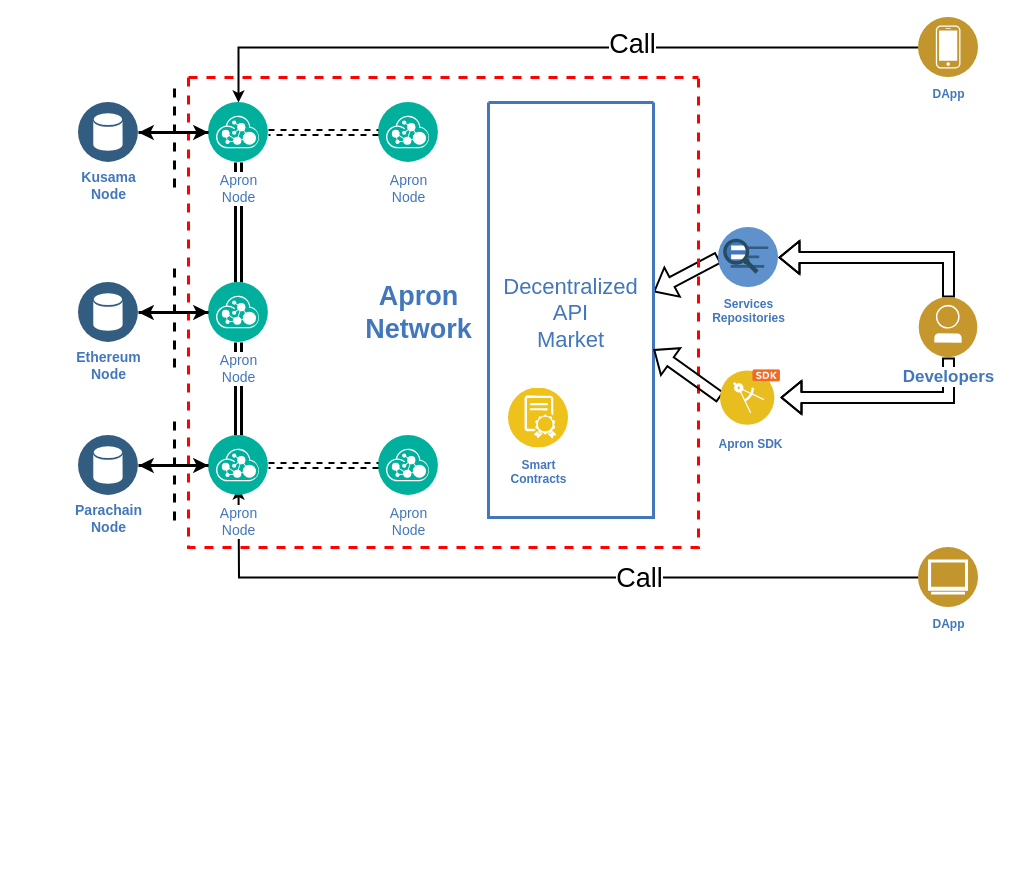
xrdavies/diagrams keeps this draw.io diagram as Apron Node.drawio. Above is the earlier version. Source tidied: cells renumbered, new cells numbered last; positions are measured from the earlier drawing's top-left corner, leaving out a move shared by most shapes. Both pictures are drawn from the tidied source at 100%, with x=0, y=0 at pixel (78, 17).
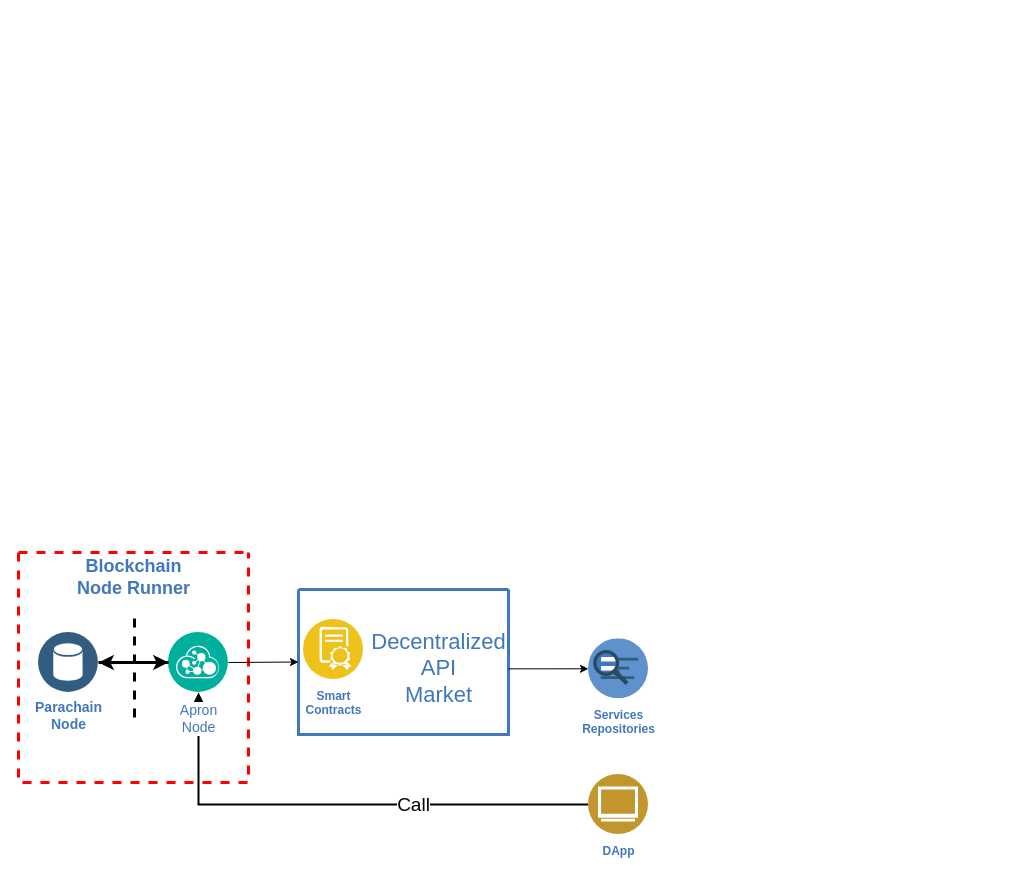
Above is the later version.

The change refers to these unchanged cells:
```xml
<mxCell id="35" value="Apron&lt;br&gt;Node" style="perimeter=ellipsePerimeter;html=1;align=center;shadow=0;dashed=0;image;image=img/lib/ibm/management/api_management.svg;rounded=1;labelBackgroundColor=#ffffff;strokeColor=#666666;strokeWidth=3;fillColor=#C2952D;gradientColor=none;fontSize=14;fontColor=#4277BB;spacingTop=3;" parent="34" vertex="1">
  <mxGeometry x="130" y="15" width="60" height="60" as="geometry" />
</mxCell>
```

What changed in the source:
```diff
@@
-<mxGraphModel background="#ffffff">
+<mxGraphModel>
@@
-    <mxCell id="2" style="edgeStyle=orthogonalEdgeStyle;rounded=0;jettySize=auto;html=1;exitX=0;exitY=0.5;exitDx=0;exitDy=0;strokeColor=#000000;strokeWidth=2;fontSize=27;" parent="1" edge="1" source="43">
-      <mxGeometry relative="1" as="geometry">
-        <mxPoint x="160" y="470" as="targetPoint" />
-      </mxGeometry>
+    <mxCell id="2" style="edgeStyle=orthogonalEdgeStyle;rounded=0;jettySize=auto;html=1;exitX=0;exitY=0.5;exitDx=0;exitDy=0;strokeColor=#000000;strokeWidth=2;fontSize=27;entryX=0.5;entryY=1;entryDx=0;entryDy=0;" parent="1" edge="1" source="43" target="35">
+      <mxGeometry x="170" y="10" as="geometry" />
     </mxCell>
-    <mxCell id="3" value="Call" style="edgeLabel;html=1;align=center;verticalAlign=middle;fontSize=27;" parent="2" vertex="1">
+    <mxCell id="3" value="Call" style="edgeLabel;html=1;align=center;verticalAlign=middle;fontSize=19;" parent="2" vertex="1">
       <mxGeometry x="-0.22" relative="1" as="geometry">
         <mxPoint x="20" as="offset" />
       </mxGeometry>
     </mxCell>
-    <mxCell id="4" style="edgeStyle=orthogonalEdgeStyle;rounded=0;jettySize=auto;html=1;exitX=0;exitY=0.5;exitDx=0;exitDy=0;entryX=0.5;entryY=0;entryDx=0;entryDy=0;strokeColor=#000000;strokeWidth=2;fontSize=27;" parent="1" edge="1" source="42" target="23">
-      <mxGeometry relative="1" as="geometry" />
-    </mxCell>
-    <mxCell id="5" value="Call" style="edgeLabel;html=1;align=center;verticalAlign=middle;fontSize=27;" parent="4" vertex="1">
-      <mxGeometry x="-0.22" y="-4" relative="1" as="geometry" />
-    </mxCell>
-    <mxCell id="6" style="edgeStyle=none;shape=link;rounded=0;jettySize=auto;html=1;exitX=0.5;exitY=0;exitDx=0;exitDy=0;entryX=0.5;entryY=1;entryDx=0;entryDy=0;strokeWidth=3;" parent="1" edge="1" source="35" target="29">
-      <mxGeometry relative="1" as="geometry" />
-    </mxCell>
-    <mxCell id="7" style="rounded=0;jettySize=auto;html=1;exitX=0.5;exitY=0;exitDx=0;exitDy=0;strokeWidth=3;shape=link;" parent="1" edge="1" source="29" target="23">
-      <mxGeometry relative="1" as="geometry" />
-    </mxCell>
-    <mxCell id="8" style="shape=flexArrow;rounded=0;jettySize=auto;html=1;exitX=0;exitY=0.5;exitDx=0;exitDy=0;strokeColor=#000000;strokeWidth=2;fontSize=27;entryX=1;entryY=0.25;entryDx=0;entryDy=0;" parent="1" edge="1" source="9" target="16">
-      <mxGeometry relative="1" as="geometry" />
-    </mxCell>
     <mxCell id="9" value="&lt;b&gt;Services&lt;br&gt;Repositories&lt;/b&gt;" style="perimeter=ellipsePerimeter;html=1;align=center;shadow=0;dashed=0;fontColor=#4277BB;labelBackgroundColor=#ffffff;fontSize=12;spacingTop=3;image;image=img/lib/ibm/miscellaneous/retrieve_rank.svg;" parent="1" vertex="1">
-      <mxGeometry x="640" y="210" width="60" height="60" as="geometry" />
+      <mxGeometry x="510" y="621.3" width="60" height="60" as="geometry" />
     </mxCell>
     <mxCell id="10" style="swimlane;shadow=0;fillColor=#ffffff;fontColor=#4277BB;align=right;startSize=0;strokeWidth=3;dashed=1;strokeColor=#FF0000;" parent="1" vertex="1">
-      <mxGeometry x="110" y="60" width="510" height="470" as="geometry" />
+      <mxGeometry x="-60" y="535" width="230" height="230" as="geometry" />
     </mxCell>
-    <mxCell id="11" value="&lt;font style=&quot;font-size: 27px;&quot;&gt;Apron&lt;br style=&quot;font-size: 27px;&quot;&gt;Network&lt;/font&gt;" style="text;html=1;align=center;verticalAlign=middle;fontColor=#4277BB;shadow=0;dashed=0;strokeColor=none;fillColor=none;labelBackgroundColor=none;fontStyle=1;fontSize=27;spacingLeft=0;" parent="10" vertex="1">
-      <mxGeometry x="170" y="210" width="120" height="50" as="geometry" />
+    <mxCell id="11" value="Blockchain&lt;br style=&quot;font-size: 18px;&quot;&gt;Node Runner" style="text;html=1;align=center;verticalAlign=middle;fontColor=#4277BB;shadow=0;dashed=0;strokeColor=none;fillColor=none;labelBackgroundColor=none;fontStyle=1;fontSize=18;spacingLeft=0;" parent="10" vertex="1">
+      <mxGeometry x="50" width="130" height="50" as="geometry" />
     </mxCell>
-    <mxCell id="12" value="Apron&lt;br&gt;Node" style="perimeter=ellipsePerimeter;html=1;align=center;shadow=0;dashed=0;image;image=img/lib/ibm/management/api_management.svg;rounded=1;labelBackgroundColor=#ffffff;strokeColor=#666666;strokeWidth=3;fillColor=#C2952D;gradientColor=none;fontSize=14;fontColor=#4277BB;spacingTop=3;" parent="10" vertex="1">
-      <mxGeometry x="190" y="25" width="60" height="60" as="geometry" />
-    </mxCell>
-    <mxCell id="13" value="Apron&lt;br&gt;Node" style="perimeter=ellipsePerimeter;html=1;align=center;shadow=0;dashed=0;image;image=img/lib/ibm/management/api_management.svg;rounded=1;labelBackgroundColor=#ffffff;strokeColor=#666666;strokeWidth=3;fillColor=#C2952D;gradientColor=none;fontSize=14;fontColor=#4277BB;spacingTop=3;" parent="10" vertex="1">
-      <mxGeometry x="190" y="358" width="60" height="60" as="geometry" />
-    </mxCell>
-    <mxCell id="14" style="swimlane;shadow=0;strokeColor=#4277BB;fillColor=#ffffff;fontColor=#4277BB;align=right;startSize=0;strokeWidth=3;" parent="10" vertex="1">
-      <mxGeometry x="300" y="25" width="165" height="415" as="geometry" />
-    </mxCell>
-    <mxCell id="15" value="&lt;b&gt;Smart&lt;br&gt;Contracts&lt;/b&gt;" style="perimeter=ellipsePerimeter;html=1;align=center;shadow=0;dashed=0;fontColor=#4277BB;labelBackgroundColor=#ffffff;fontSize=12;spacingTop=3;image;image=img/lib/ibm/blockchain/smart_contract.svg;strokeColor=#B3B3B3;" parent="14" vertex="1">
-      <mxGeometry x="20" y="285.5" width="60" height="60" as="geometry" />
-    </mxCell>
-    <mxCell id="16" value="&lt;p style=&quot;font-size: 22px&quot;&gt;&lt;span style=&quot;font-weight: normal&quot;&gt;&lt;font style=&quot;font-size: 22px&quot;&gt;Decentralized&lt;br&gt;&lt;/font&gt;&lt;font style=&quot;font-size: 22px&quot;&gt;API&lt;br&gt;&lt;/font&gt;&lt;font style=&quot;font-size: 22px&quot;&gt;Market&lt;/font&gt;&lt;/span&gt;&lt;/p&gt;" style="text;html=1;align=center;verticalAlign=middle;fontColor=#4277BB;shadow=0;dashed=0;strokeColor=none;fillColor=none;labelBackgroundColor=none;fontStyle=1;fontSize=27;spacingLeft=0;" parent="14" vertex="1">
-      <mxGeometry x="-1.2" y="167.5" width="166.2" height="87.5" as="geometry" />
-    </mxCell>
-    <mxCell id="17" style="edgeStyle=none;shape=flexArrow;rounded=0;jettySize=auto;html=1;exitX=0;exitY=0.5;exitDx=0;exitDy=0;entryX=1;entryY=0.595;entryDx=0;entryDy=0;entryPerimeter=0;strokeColor=#000000;strokeWidth=2;fontSize=27;" parent="1" edge="1" source="18" target="14">
-      <mxGeometry relative="1" as="geometry" />
-    </mxCell>
-    <mxCell id="18" value="&lt;b&gt;Apron SDK&lt;/b&gt;" style="perimeter=ellipsePerimeter;html=1;align=center;shadow=0;dashed=0;fontColor=#4277BB;labelBackgroundColor=#ffffff;fontSize=12;spacingTop=3;image;image=img/lib/ibm/blockchain/client_application.svg;" parent="1" vertex="1">
-      <mxGeometry x="642" y="350" width="60" height="60" as="geometry" />
-    </mxCell>
-    <mxCell id="19" style="edgeStyle=orthogonalEdgeStyle;shape=flexArrow;rounded=0;jettySize=auto;html=1;exitX=0.5;exitY=0;exitDx=0;exitDy=0;entryX=1;entryY=0.5;entryDx=0;entryDy=0;strokeColor=#000000;strokeWidth=2;fontSize=27;" parent="1" edge="1" source="21" target="9">
-      <mxGeometry relative="1" as="geometry" />
-    </mxCell>
-    <mxCell id="20" style="edgeStyle=orthogonalEdgeStyle;shape=flexArrow;rounded=0;jettySize=auto;html=1;exitX=0.5;exitY=1;exitDx=0;exitDy=0;entryX=1;entryY=0.5;entryDx=0;entryDy=0;strokeColor=#000000;strokeWidth=2;fontSize=27;" parent="1" edge="1" source="21" target="18">
-      <mxGeometry relative="1" as="geometry" />
-    </mxCell>
-    <mxCell id="21" value="&lt;b&gt;&lt;font style=&quot;font-size: 17px&quot;&gt;Developers&lt;/font&gt;&lt;/b&gt;" style="perimeter=ellipsePerimeter;html=1;align=center;shadow=0;dashed=0;fontColor=#4277BB;labelBackgroundColor=#ffffff;fontSize=12;spacingTop=3;image;image=img/lib/ibm/blockchain/blockchain_developer.svg;" parent="1" vertex="1">
-      <mxGeometry x="840" y="280" width="60" height="60" as="geometry" />
-    </mxCell>
-    <mxCell id="22" style="group;" parent="1" vertex="1">
-      <mxGeometry y="70" width="190" height="100" as="geometry" />
-    </mxCell>
-    <mxCell id="23" value="Apron&lt;br&gt;Node" style="perimeter=ellipsePerimeter;html=1;align=center;shadow=0;dashed=0;image;image=img/lib/ibm/management/api_management.svg;rounded=1;labelBackgroundColor=#ffffff;strokeColor=#666666;strokeWidth=3;fillColor=#C2952D;gradientColor=none;fontSize=14;fontColor=#4277BB;spacingTop=3;" parent="22" vertex="1">
-      <mxGeometry x="130" y="15" width="60" height="60" as="geometry" />
-    </mxCell>
-    <mxCell id="24" style="edgeStyle=orthogonalEdgeStyle;rounded=0;jettySize=auto;html=1;exitX=1;exitY=0.5;exitDx=0;exitDy=0;entryX=0;entryY=0.5;entryDx=0;entryDy=0;strokeWidth=3;" parent="22" edge="1" source="25" target="23">
-      <mxGeometry relative="1" as="geometry" />
-    </mxCell>
-    <mxCell id="25" value="&lt;b&gt;Kusama&lt;br&gt;Node&lt;/b&gt;" style="perimeter=ellipsePerimeter;html=1;align=center;shadow=0;dashed=0;image;image=img/lib/ibm/data/data_services.svg;rounded=1;labelBackgroundColor=#ffffff;strokeColor=#666666;strokeWidth=3;fillColor=#C2952D;gradientColor=none;fontSize=14;fontColor=#4277BB;" parent="22" vertex="1">
-      <mxGeometry y="15" width="60" height="60" as="geometry" />
-    </mxCell>
-    <mxCell id="26" style="edgeStyle=orthogonalEdgeStyle;rounded=0;jettySize=auto;html=1;exitX=0;exitY=0.5;exitDx=0;exitDy=0;entryX=1;entryY=0.5;entryDx=0;entryDy=0;strokeWidth=3;" parent="22" edge="1" source="23" target="25">
-      <mxGeometry relative="1" as="geometry" />
-    </mxCell>
-    <mxCell id="27" style="html=1;labelBackgroundColor=#ffffff;endArrow=none;endFill=0;jettySize=auto;orthogonalLoop=1;strokeWidth=3;dashed=1;fontSize=14;" parent="22" edge="1">
-      <mxGeometry relative="1" as="geometry">
-        <mxPoint x="96" y="100" as="sourcePoint" />
-        <mxPoint x="96" as="targetPoint" />
-      </mxGeometry>
-    </mxCell>
-    <mxCell id="28" style="group;" parent="1" vertex="1">
-      <mxGeometry y="250" width="190" height="100" as="geometry" />
-    </mxCell>
-    <mxCell id="29" value="Apron&lt;br&gt;Node" style="perimeter=ellipsePerimeter;html=1;align=center;shadow=0;dashed=0;image;image=img/lib/ibm/management/api_management.svg;rounded=1;labelBackgroundColor=#ffffff;strokeColor=#666666;strokeWidth=3;fillColor=#C2952D;gradientColor=none;fontSize=14;fontColor=#4277BB;spacingTop=3;" parent="28" vertex="1">
-      <mxGeometry x="130" y="15" width="60" height="60" as="geometry" />
-    </mxCell>
-    <mxCell id="30" style="edgeStyle=orthogonalEdgeStyle;rounded=0;jettySize=auto;html=1;exitX=1;exitY=0.5;exitDx=0;exitDy=0;entryX=0;entryY=0.5;entryDx=0;entryDy=0;strokeWidth=3;" parent="28" edge="1" source="31" target="29">
-      <mxGeometry relative="1" as="geometry" />
-    </mxCell>
-    <mxCell id="31" value="&lt;b&gt;Ethereum&lt;br&gt;Node&lt;/b&gt;" style="perimeter=ellipsePerimeter;html=1;align=center;shadow=0;dashed=0;image;image=img/lib/ibm/data/data_services.svg;rounded=1;labelBackgroundColor=#ffffff;strokeColor=#666666;strokeWidth=3;fillColor=#C2952D;gradientColor=none;fontSize=14;fontColor=#4277BB;" parent="28" vertex="1">
-      <mxGeometry y="15" width="60" height="60" as="geometry" />
-    </mxCell>
-    <mxCell id="32" style="edgeStyle=orthogonalEdgeStyle;rounded=0;jettySize=auto;html=1;exitX=0;exitY=0.5;exitDx=0;exitDy=0;entryX=1;entryY=0.5;entryDx=0;entryDy=0;strokeWidth=3;" parent="28" edge="1" source="29" target="31">
-      <mxGeometry relative="1" as="geometry" />
-    </mxCell>
-    <mxCell id="33" style="html=1;labelBackgroundColor=#ffffff;endArrow=none;endFill=0;jettySize=auto;orthogonalLoop=1;strokeWidth=3;dashed=1;fontSize=14;" parent="28" edge="1">
-      <mxGeometry relative="1" as="geometry">
-        <mxPoint x="96" y="100" as="sourcePoint" />
-        <mxPoint x="96" as="targetPoint" />
-      </mxGeometry>
-    </mxCell>
     <mxCell id="34" style="group;" parent="1" vertex="1">
-      <mxGeometry y="403" width="190" height="100" as="geometry" />
+      <mxGeometry x="-40" y="600" width="190" height="100" as="geometry" />
     </mxCell>
@@
-    <mxCell id="40" style="rounded=0;jettySize=auto;html=1;entryX=1;entryY=0.5;entryDx=0;entryDy=0;strokeWidth=2;dashed=1;shape=link;exitX=0;exitY=0.5;exitDx=0;exitDy=0;" parent="1" edge="1" source="12" target="23">
-      <mxGeometry relative="1" as="geometry" />
-    </mxCell>
-    <mxCell id="41" style="edgeStyle=none;shape=link;rounded=0;jettySize=auto;html=1;entryX=1;entryY=0.5;entryDx=0;entryDy=0;dashed=1;strokeColor=#000000;strokeWidth=2;exitX=0;exitY=0.5;exitDx=0;exitDy=0;" parent="1" edge="1" source="13" target="35">
-      <mxGeometry relative="1" as="geometry" />
-    </mxCell>
-    <mxCell id="42" value="&lt;b&gt;DApp&lt;/b&gt;" style="perimeter=ellipsePerimeter;html=1;align=center;shadow=0;dashed=0;fontColor=#4277BB;labelBackgroundColor=#ffffff;fontSize=12;spacingTop=3;image;image=img/lib/ibm/users/device.svg;strokeColor=#B3B3B3;" parent="1" vertex="1">
-      <mxGeometry x="840" width="60" height="60" as="geometry" />
-    </mxCell>
     <mxCell id="43" value="&lt;b&gt;DApp&lt;/b&gt;" style="perimeter=ellipsePerimeter;html=1;align=center;shadow=0;dashed=0;fontColor=#4277BB;labelBackgroundColor=#ffffff;fontSize=12;spacingTop=3;image;image=img/lib/ibm/users/browser.svg;strokeColor=#B3B3B3;" parent="1" vertex="1">
-      <mxGeometry x="840" y="530" width="60" height="60" as="geometry" />
+      <mxGeometry x="510" y="757" width="60" height="60" as="geometry" />
     </mxCell>
+    <mxCell id="14" style="swimlane;shadow=0;strokeColor=#4277BB;fillColor=#ffffff;fontColor=#4277BB;align=right;startSize=0;strokeWidth=3;" parent="1" vertex="1">
+      <mxGeometry x="220" y="572" width="210" height="145" as="geometry" />
+    </mxCell>
+    <mxCell id="16" value="&lt;p style=&quot;font-size: 22px&quot;&gt;&lt;span style=&quot;font-weight: normal&quot;&gt;&lt;font style=&quot;font-size: 22px&quot;&gt;Decentralized&lt;br&gt;&lt;/font&gt;&lt;font style=&quot;font-size: 22px&quot;&gt;API&lt;br&gt;&lt;/font&gt;&lt;font style=&quot;font-size: 22px&quot;&gt;Market&lt;/font&gt;&lt;/span&gt;&lt;/p&gt;" style="text;html=1;align=center;verticalAlign=middle;fontColor=#4277BB;shadow=0;dashed=0;strokeColor=none;fillColor=none;labelBackgroundColor=none;fontStyle=1;fontSize=27;spacingLeft=0;" parent="14" vertex="1">
+      <mxGeometry x="70" y="42.5" width="140" height="73.7" as="geometry" />
+    </mxCell>
+    <mxCell id="15" value="&lt;b&gt;Smart&lt;br&gt;Contracts&lt;/b&gt;" style="perimeter=ellipsePerimeter;html=1;align=center;shadow=0;dashed=0;fontColor=#4277BB;labelBackgroundColor=#ffffff;fontSize=12;spacingTop=3;image;image=img/lib/ibm/blockchain/smart_contract.svg;strokeColor=#B3B3B3;" parent="14" vertex="1">
+      <mxGeometry x="5" y="30" width="60" height="60" as="geometry" />
+    </mxCell>
+    <mxCell id="44" style="rounded=0;jettySize=auto;html=1;exitX=1;exitY=0.5;exitDx=0;exitDy=0;entryX=0;entryY=0.5;entryDx=0;entryDy=0;" parent="1" edge="1" source="35" target="14">
+      <mxGeometry relative="1" as="geometry" />
+    </mxCell>
+    <mxCell id="45" style="edgeStyle=none;rounded=0;jettySize=auto;html=1;exitX=1;exitY=0.5;exitDx=0;exitDy=0;entryX=0;entryY=0.5;entryDx=0;entryDy=0;" parent="1" edge="1" source="16" target="9">
+      <mxGeometry relative="1" as="geometry" />
+    </mxCell>
```
